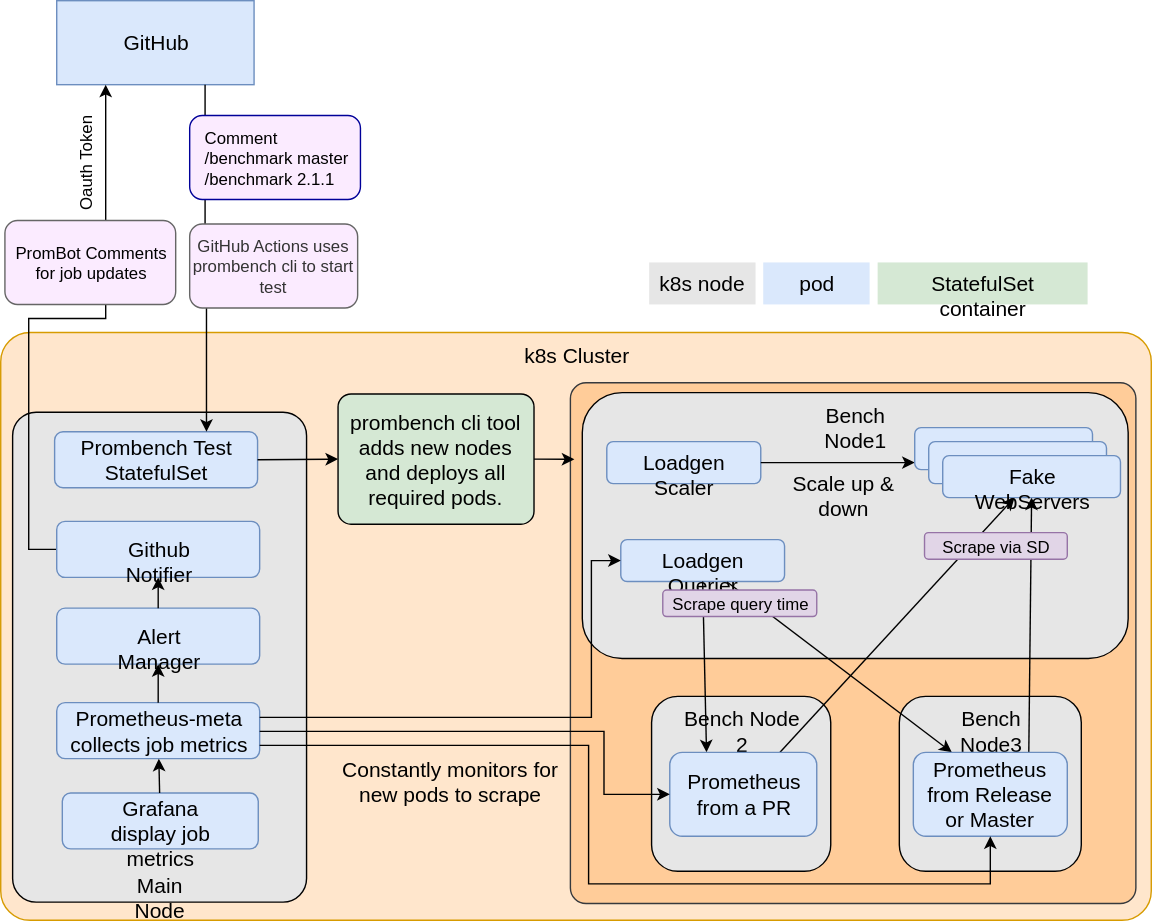
Above: design.svg in prometheus/test-infra (draw.io), before the change. Source tidied: cells renumbered, new cells last; positions are measured from the earlier drawing's top-left corner, leaving out a move shared by most shapes.
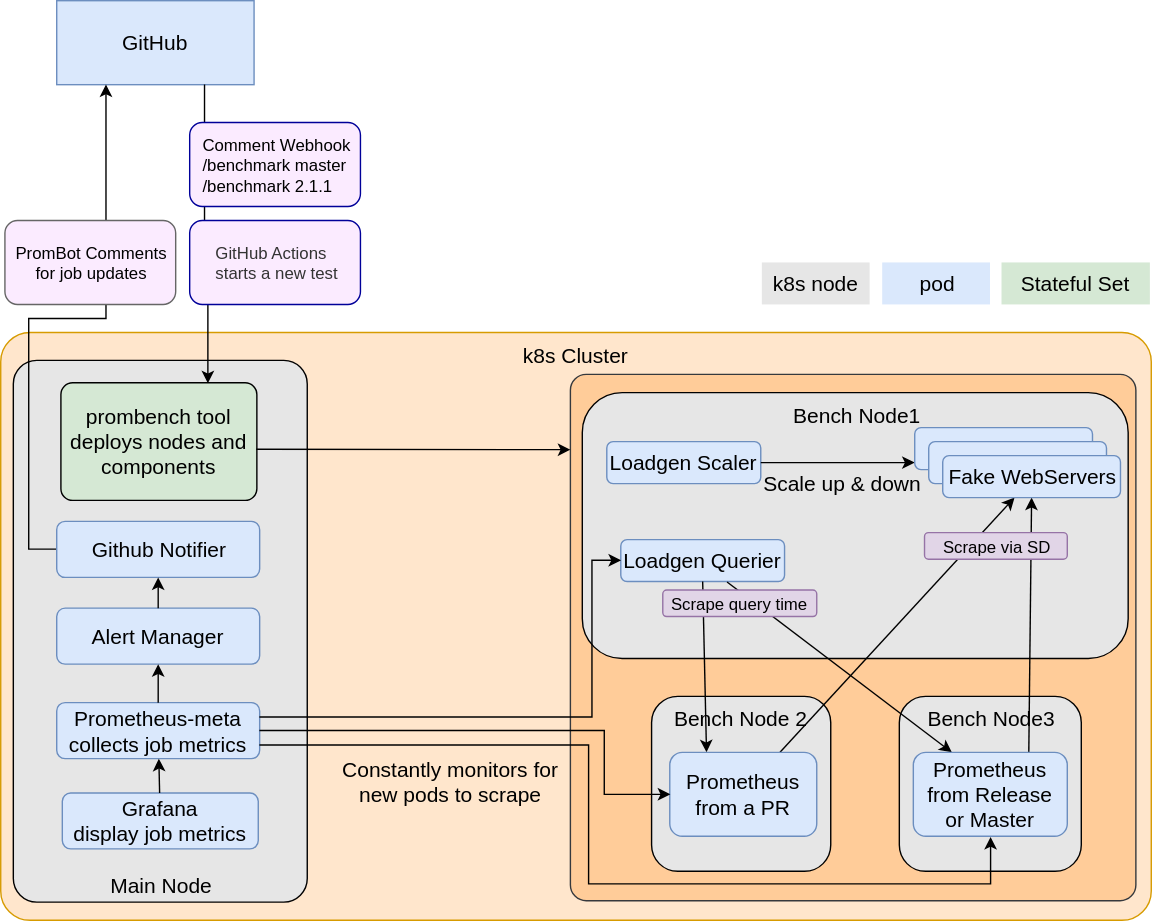
The same file after the commit.

The edit, as a diff of the source:
```diff
@@ -6,16 +6,13 @@
       <mxGeometry y="237" width="822" height="420" as="geometry" />
     </mxCell>
     <mxCell id="3" style="rounded=1;whiteSpace=wrap;html=1;glass=0;labelBackgroundColor=none;strokeColor=#36393d;fillColor=#ffcc99;fontSize=15;fontColor=#000000;arcSize=3;" parent="1" vertex="1">
-      <mxGeometry x="407" y="273" width="404" height="372" as="geometry" />
+      <mxGeometry x="407" y="267" width="404" height="376" as="geometry" />
     </mxCell>
     <mxCell id="4" value="GitHub" style="rounded=0;whiteSpace=wrap;html=1;fontSize=15;fontColor=#000000;fillColor=#dae8fc;strokeColor=#6c8ebf;" parent="1" vertex="1">
       <mxGeometry x="40" width="141" height="60" as="geometry" />
     </mxCell>
-    <mxCell id="5" value="Oauth Token" style="text;html=1;align=left;verticalAlign=top;spacingTop=-4;rotation=-90;" parent="1" vertex="1">
-      <mxGeometry x="22" y="102" width="80" height="20" as="geometry" />
-    </mxCell>
     <mxCell id="6" value="Main Node" style="rounded=1;whiteSpace=wrap;html=1;labelBackgroundColor=none;fillColor=#E6E6E6;strokeColor=#000000;verticalAlign=bottom;fontSize=15;fontColor=#000000;arcSize=8;" parent="1" vertex="1">
-      <mxGeometry x="8.5" y="294" width="210" height="350" as="geometry" />
+      <mxGeometry x="9" y="257" width="210" height="387" as="geometry" />
     </mxCell>
     <mxCell id="7" value="Prometheus-meta&lt;br&gt;collects job metrics&lt;br&gt;" style="rounded=1;whiteSpace=wrap;html=1;fontSize=15;fontColor=#000000;fillColor=#dae8fc;strokeColor=#6c8ebf;" parent="1" vertex="1">
       <mxGeometry x="40" y="501.5" width="145" height="40" as="geometry" />
@@ -26,9 +23,6 @@
     <mxCell id="9" style="endArrow=classic;html=1;labelBackgroundColor=#ffffff;fontSize=12;fontColor=#000000;" parent="1" edge="1" source="8" target="7">
       <mxGeometry relative="1" as="geometry" />
     </mxCell>
-    <mxCell id="10" value="Prombench Test StatefulSet " style="rounded=1;whiteSpace=wrap;html=1;fontSize=15;fontColor=#000000;fillColor=#dae8fc;strokeColor=#6c8ebf;" parent="1" vertex="1">
-      <mxGeometry x="38.5" y="308" width="145" height="40" as="geometry" />
-    </mxCell>
     <mxCell id="11" style="edgeStyle=orthogonalEdgeStyle;rounded=0;html=1;exitX=0;exitY=0.5;entryX=0.25;entryY=1;jettySize=auto;fontSize=15;" parent="1" edge="1" source="19" target="4">
       <mxGeometry relative="1" as="geometry">
         <Array as="points">
@@ -38,28 +32,23 @@
         </Array>
       </mxGeometry>
     </mxCell>
-    <mxCell id="12" style="edgeStyle=orthogonalEdgeStyle;rounded=0;html=1;exitX=0.75;exitY=1;entryX=0.75;entryY=0;jettySize=auto;fontSize=15;" parent="1" edge="1" source="4" target="10">
-      <mxGeometry relative="1" as="geometry">
-        <Array as="points">
-          <mxPoint x="146" y="184" />
-          <mxPoint x="147" y="184" />
-        </Array>
-      </mxGeometry>
+    <mxCell id="12" style="edgeStyle=orthogonalEdgeStyle;rounded=0;html=1;exitX=0.75;exitY=1;entryX=0.75;entryY=0;jettySize=auto;fontSize=15;entryDx=0;entryDy=0;" parent="1" edge="1" source="4" target="22">
+      <mxGeometry relative="1" as="geometry" />
     </mxCell>
-    <mxCell id="13" value="&lt;div style=&quot;text-align: left&quot;&gt;&lt;span&gt;Comment&lt;br&gt;&lt;/span&gt;&lt;/div&gt;&lt;div style=&quot;text-align: left&quot;&gt;&lt;span&gt;/benchmark master&lt;/span&gt;&lt;/div&gt;&lt;span&gt;&lt;div style=&quot;text-align: left&quot;&gt;&lt;span&gt;/benchmark&amp;nbsp;&lt;/span&gt;&lt;span&gt;2.1.1&lt;/span&gt;&lt;/div&gt;&lt;/span&gt;" style="rounded=1;whiteSpace=wrap;html=1;labelBackgroundColor=none;fillColor=#FBEBFF;strokeColor=#000099;spacingTop=0;spacingLeft=1;" parent="1" vertex="1">
-      <mxGeometry x="135" y="82" width="122" height="60" as="geometry" />
+    <mxCell id="13" value="&lt;div style=&quot;text-align: left&quot;&gt;&lt;span&gt;Comment Webhook&lt;/span&gt;&lt;/div&gt;&lt;div style=&quot;text-align: left&quot;&gt;&lt;span&gt;/benchmark master&lt;/span&gt;&lt;/div&gt;&lt;span&gt;&lt;div style=&quot;text-align: left&quot;&gt;&lt;span&gt;/benchmark&amp;nbsp;&lt;/span&gt;&lt;span&gt;2.1.1&lt;/span&gt;&lt;/div&gt;&lt;/span&gt;" style="rounded=1;whiteSpace=wrap;html=1;labelBackgroundColor=none;fillColor=#FBEBFF;strokeColor=#000099;spacingTop=0;spacingLeft=1;" parent="1" vertex="1">
+      <mxGeometry x="135" y="87" width="122" height="60" as="geometry" />
     </mxCell>
     <mxCell id="14" value="PromBot Comments&lt;br&gt;for job updates" style="rounded=1;whiteSpace=wrap;html=1;labelBackgroundColor=none;fillColor=#FBEBFF;strokeColor=#666666;" parent="1" vertex="1">
       <mxGeometry x="3" y="157" width="122" height="60" as="geometry" />
     </mxCell>
     <mxCell id="15" value="pod" style="rounded=0;whiteSpace=wrap;html=1;glass=0;labelBackgroundColor=none;fillColor=#DAE8FC;fontSize=15;fontColor=#000000;strokeColor=none;" parent="1" vertex="1">
-      <mxGeometry x="544.8" y="187" width="76" height="30" as="geometry" />
+      <mxGeometry x="629.8" y="187" width="77" height="30" as="geometry" />
     </mxCell>
     <mxCell id="16" value="k8s node&lt;br&gt;&lt;br&gt;&lt;br&gt;" style="rounded=0;whiteSpace=wrap;html=1;fontSize=15;fontColor=#000000;verticalAlign=top;fillColor=#E6E6E6;strokeColor=none;" parent="1" vertex="1">
-      <mxGeometry x="463.3" y="187" width="76" height="30" as="geometry" />
+      <mxGeometry x="543.8" y="187" width="77" height="30" as="geometry" />
     </mxCell>
-    <mxCell id="17" value="StatefulSet container" style="rounded=0;whiteSpace=wrap;html=1;glass=0;labelBackgroundColor=none;fillColor=#d5e8d4;fontSize=15;fontColor=#000000;strokeColor=none;" parent="1" vertex="1">
-      <mxGeometry x="626.5" y="187" width="150" height="30" as="geometry" />
+    <mxCell id="17" value="Stateful Set" style="rounded=0;whiteSpace=wrap;html=1;glass=0;labelBackgroundColor=none;fillColor=#d5e8d4;fontSize=15;fontColor=#000000;strokeColor=none;" parent="1" vertex="1">
+      <mxGeometry x="715" y="187" width="106" height="30" as="geometry" />
     </mxCell>
     <mxCell id="18" value="Alert Manager&lt;br&gt;" style="rounded=1;whiteSpace=wrap;html=1;fontSize=15;fontColor=#000000;fillColor=#dae8fc;strokeColor=#6c8ebf;" parent="1" vertex="1">
       <mxGeometry x="40" y="434" width="145" height="40" as="geometry" />
@@ -73,8 +62,8 @@
     <mxCell id="21" style="endArrow=classic;html=1;labelBackgroundColor=#ffffff;fontSize=12;fontColor=#000000;entryX=0.5;entryY=1;exitX=0.5;exitY=0;" parent="1" edge="1" source="18" target="19">
       <mxGeometry relative="1" as="geometry" />
     </mxCell>
-    <mxCell id="22" value="&lt;div&gt;&lt;span&gt;prombench cli tool&lt;/span&gt;&lt;br&gt;&lt;/div&gt;&lt;div&gt;adds new nodes and deploys all required pods.&lt;/div&gt;" style="rounded=1;whiteSpace=wrap;html=1;glass=0;labelBackgroundColor=none;fillColor=#d5e8d4;fontSize=15;fontColor=#000000;strokeColor=#000000;arcSize=10;" parent="1" vertex="1">
-      <mxGeometry x="241" y="281" width="140" height="93" as="geometry" />
+    <mxCell id="22" value="&lt;div&gt;&lt;span&gt;prombench tool deploys nodes and components&lt;/span&gt;&lt;/div&gt;" style="rounded=1;whiteSpace=wrap;html=1;glass=0;labelBackgroundColor=none;fillColor=#d5e8d4;fontSize=15;fontColor=#000000;strokeColor=#000000;arcSize=10;" parent="1" vertex="1">
+      <mxGeometry x="43" y="273" width="140" height="84" as="geometry" />
     </mxCell>
     <mxCell id="23" value="Bench Node3&lt;br&gt;&lt;br&gt;&lt;br&gt;" style="rounded=1;whiteSpace=wrap;html=1;fontSize=15;fontColor=#000000;verticalAlign=top;fillColor=#E6E6E6;" parent="1" vertex="1">
       <mxGeometry x="642" y="497" width="130" height="125" as="geometry" />
@@ -163,14 +152,13 @@
         </Array>
       </mxGeometry>
     </mxCell>
-    <mxCell id="46" style="endArrow=classic;html=1;fontSize=15;fontColor=#000000;exitX=1;exitY=0.5;entryX=0;entryY=0.5;" parent="1" edge="1" source="10" target="22">
-      <mxGeometry relative="1" as="geometry" />
-    </mxCell>
-    <mxCell id="47" style="endArrow=classic;html=1;fontSize=15;fontColor=#000000;exitX=1;exitY=0.5;entryX=0.007;entryY=0.147;entryPerimeter=0;" parent="1" edge="1" source="22" target="3">
-      <mxGeometry relative="1" as="geometry" />
+    <mxCell id="47" style="endArrow=classic;html=1;fontSize=15;fontColor=#000000;exitX=1;exitY=0.5;entryX=0;entryY=0.143;entryDx=0;entryDy=0;entryPerimeter=0;" parent="1" edge="1" target="3">
+      <mxGeometry relative="1" as="geometry">
+        <mxPoint x="182.5" y="320.5" as="sourcePoint" />
+      </mxGeometry>
     </mxCell>
-    <mxCell id="48" value="&lt;font style=&quot;font-size: 12px&quot;&gt;GitHub Actions uses prombench cli to start test&lt;/font&gt;" style="rounded=1;whiteSpace=wrap;html=1;fillColor=#FBEBFF;strokeColor=#666666;fontColor=#333333;" parent="1" vertex="1">
-      <mxGeometry x="135" y="159.5" width="120" height="60" as="geometry" />
-    </mxCell>
+    <mxCell id="49" value="&lt;div style=&quot;text-align: left&quot;&gt;&lt;span style=&quot;color: rgb(51, 51, 51); text-align: center;&quot;&gt;GitHub Actions&amp;nbsp;&lt;/span&gt;&lt;/div&gt;&lt;div style=&quot;text-align: left&quot;&gt;&lt;span style=&quot;color: rgb(51, 51, 51); text-align: center;&quot;&gt;starts a new test&lt;/span&gt;&lt;br&gt;&lt;/div&gt;" style="rounded=1;whiteSpace=wrap;html=1;labelBackgroundColor=none;fillColor=#FBEBFF;strokeColor=#000099;spacingTop=0;spacingLeft=1;" parent="1" vertex="1">
+      <mxGeometry x="135" y="157" width="122" height="60" as="geometry" />
+    </mxCell>
   </root>
 </mxGraphModel>
```
